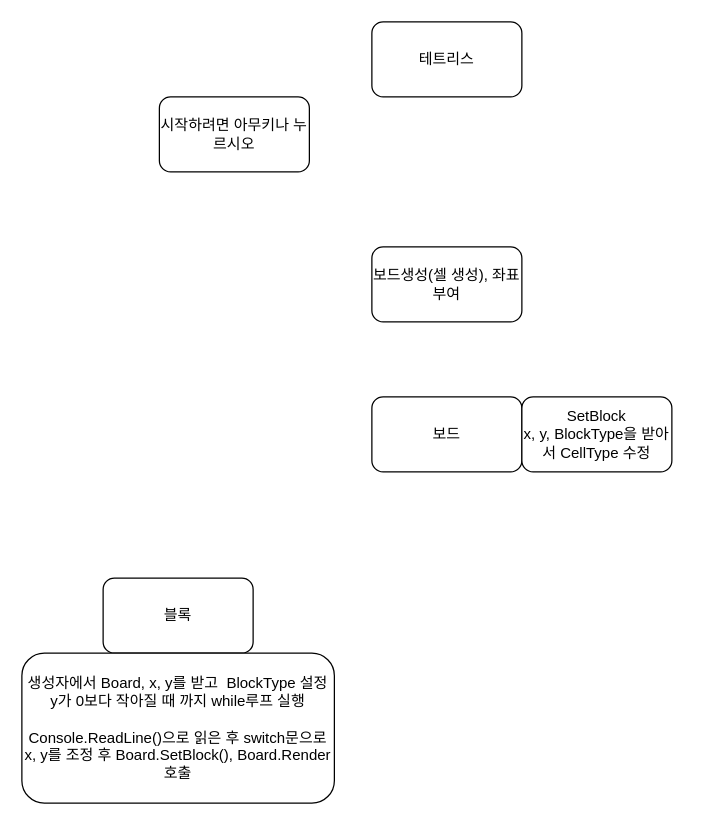
Before: 다이어그램/테트리스.drawio in steelfs/JY, a draw.io diagram. Source tidied: cells renumbered, new cells numbered last; positions are measured from the earlier drawing's top-left corner, leaving out a move shared by most shapes. Both pictures are drawn from the tidied source at 125%, with x=0, y=0 at pixel (21, 21).
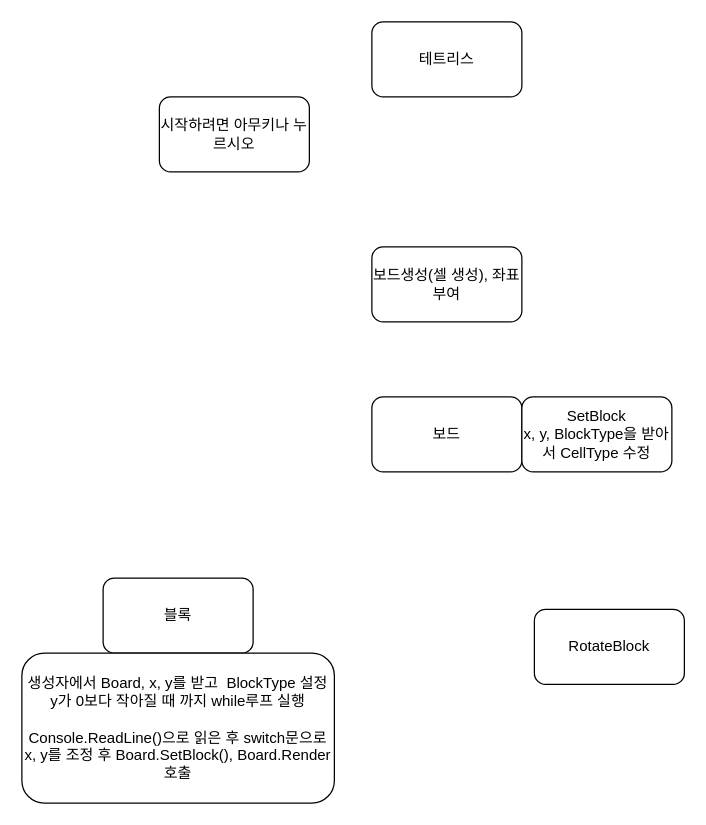
After the change.

What changed in the source:
```diff
@@
 <mxGraphModel>
   <root>
     <mxCell id="0" />
     <mxCell id="1" parent="0" />
     <mxCell id="2" value="테트리스" style="rounded=1;whiteSpace=wrap;html=1;" parent="1" vertex="1">
       <mxGeometry x="280" width="120" height="60" as="geometry" />
     </mxCell>
     <mxCell id="3" value="보드" style="rounded=1;whiteSpace=wrap;html=1;" parent="1" vertex="1">
       <mxGeometry x="280" y="300" width="120" height="60" as="geometry" />
     </mxCell>
     <mxCell id="4" value="블록" style="rounded=1;whiteSpace=wrap;html=1;" parent="1" vertex="1">
       <mxGeometry x="65" y="445" width="120" height="60" as="geometry" />
     </mxCell>
     <mxCell id="5" value="보드생성(셀 생성), 좌표부여" style="rounded=1;whiteSpace=wrap;html=1;" parent="1" vertex="1">
       <mxGeometry x="280" y="180" width="120" height="60" as="geometry" />
     </mxCell>
     <mxCell id="6" value="시작하려면 아무키나 누르시오" style="rounded=1;whiteSpace=wrap;html=1;" parent="1" vertex="1">
       <mxGeometry x="110" y="60" width="120" height="60" as="geometry" />
     </mxCell>
     <mxCell id="7" value="SetBlock&lt;br&gt;x, y, BlockType을 받아서 CellType 수정" style="rounded=1;whiteSpace=wrap;html=1;" parent="1" vertex="1">
       <mxGeometry x="400" y="300" width="120" height="60" as="geometry" />
     </mxCell>
     <mxCell id="8" value="생성자에서 Board, x, y를 받고&amp;nbsp; BlockType 설정&lt;br&gt;y가 0보다 작아질 때 까지 while루프 실행&lt;br&gt;&lt;br&gt;Console.ReadLine()으로 읽은 후 switch문으로 x, y를 조정 후 Board.SetBlock(), Board.Render호출" style="rounded=1;whiteSpace=wrap;html=1;" parent="1" vertex="1">
       <mxGeometry y="505" width="250" height="120" as="geometry" />
     </mxCell>
+    <mxCell id="9" value="RotateBlock" style="rounded=1;whiteSpace=wrap;html=1;" parent="1" vertex="1">
+      <mxGeometry x="410" y="470" width="120" height="60" as="geometry" />
+    </mxCell>
   </root>
 </mxGraphModel>
```
